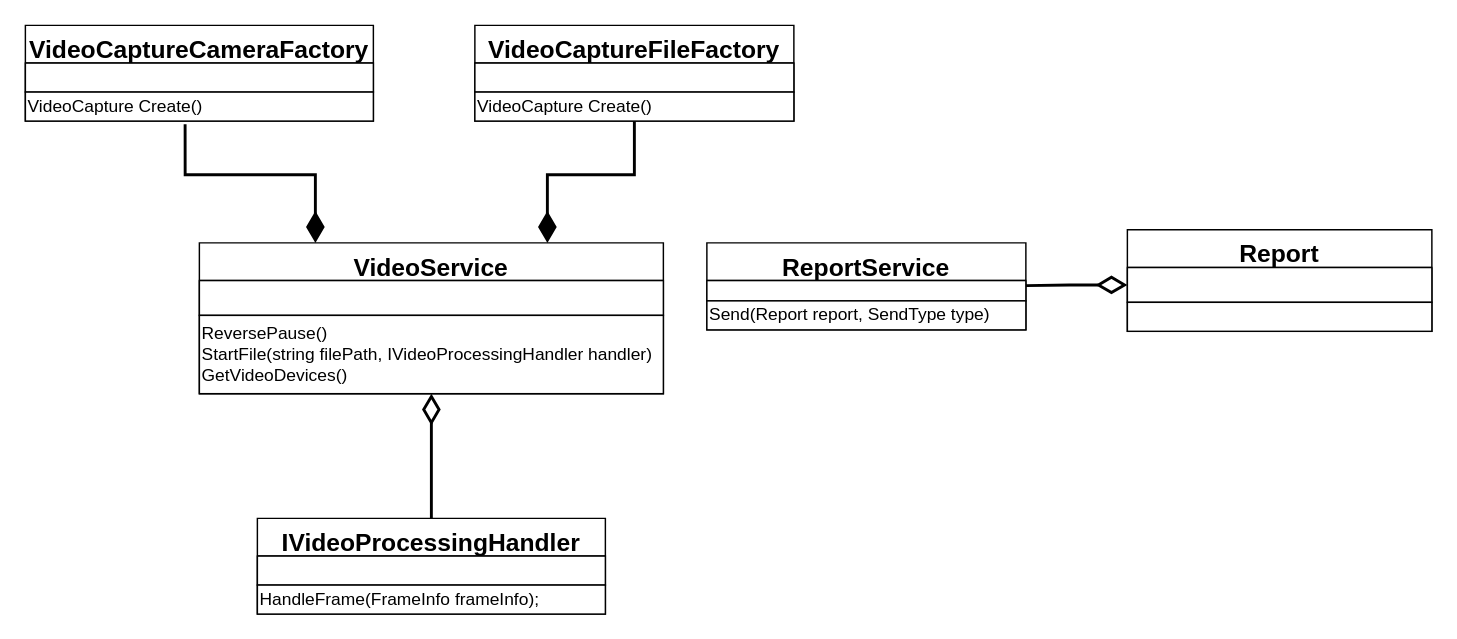
This is page "Services" (5 of 11) of Engineering/Packets-specify.drawio from GoldGreen/Skeletonization, a draw.io file, before an edit. Source tidied: cells renumbered, new cells numbered last; positions are measured from the earlier drawing's top-left corner, leaving out a move shared by most shapes. Both pictures are drawn from the tidied source at 145%, with x=0, y=0 at pixel (25, 25).
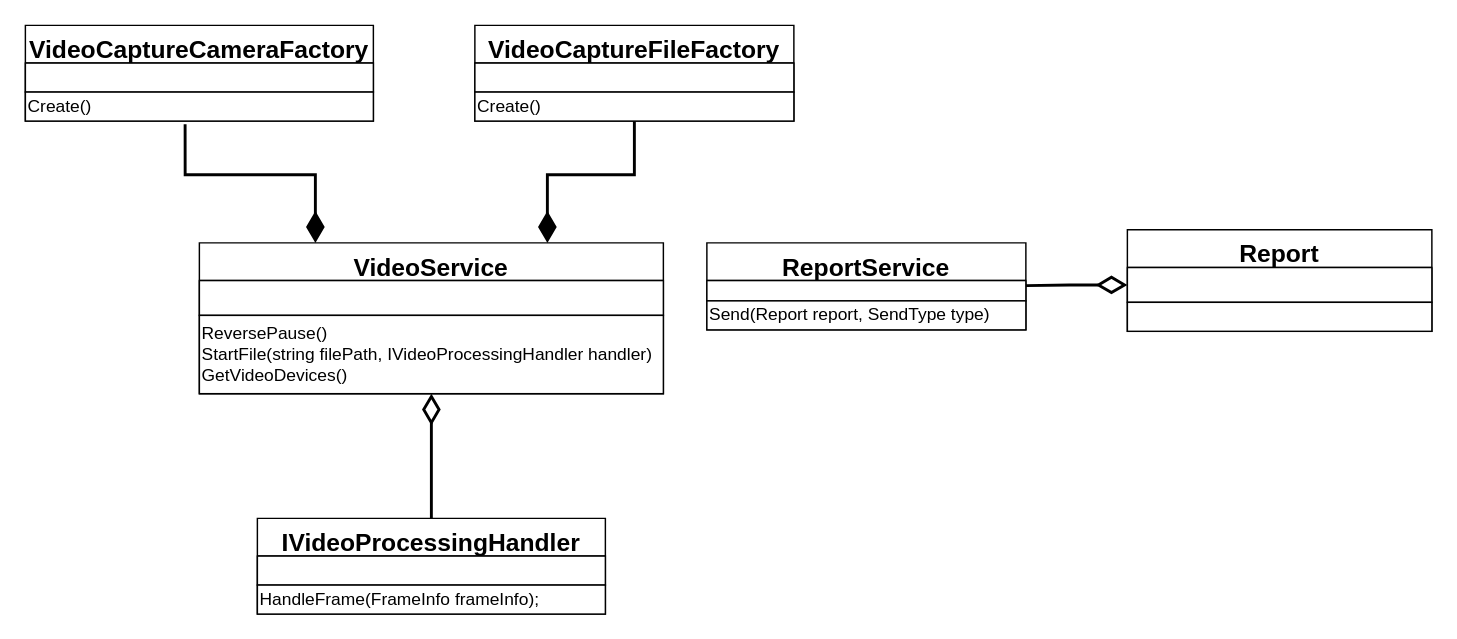
The same diagram, later.

Unchanged cells that the change refers to:
```xml
<mxCell id="8" value="VideoCaptureCameraFactory" style="swimlane;fontStyle=1;align=center;verticalAlign=top;horizontal=1;startSize=26;fontSize=17;" parent="1" vertex="1">
  <mxGeometry width="240" height="66" as="geometry" />
</mxCell>
<mxCell id="11" value="VideoCaptureFileFactory" style="swimlane;fontStyle=1;align=center;verticalAlign=top;horizontal=1;startSize=26;fontSize=17;" parent="1" vertex="1">
  <mxGeometry x="310" width="220" height="66" as="geometry" />
</mxCell>
```

Diff of the diagram source:
```diff
@@
-    <mxCell id="10" value="VideoCapture Create()" style="rounded=0;whiteSpace=wrap;html=1;fontFamily=Helvetica;fontSize=12;fontColor=default;startSize=26;strokeColor=default;fillColor=default;align=left;" parent="8" vertex="1">
+    <mxCell id="10" value="Create()" style="rounded=0;whiteSpace=wrap;html=1;fontFamily=Helvetica;fontSize=12;fontColor=default;startSize=26;strokeColor=default;fillColor=default;align=left;" parent="8" vertex="1">
       <mxGeometry y="46" width="240" height="20" as="geometry" />
     </mxCell>
@@
-    <mxCell id="13" value="VideoCapture Create()" style="rounded=0;whiteSpace=wrap;html=1;fontFamily=Helvetica;fontSize=12;fontColor=default;startSize=26;strokeColor=default;fillColor=default;align=left;" parent="11" vertex="1">
+    <mxCell id="13" value="Create()" style="rounded=0;whiteSpace=wrap;html=1;fontFamily=Helvetica;fontSize=12;fontColor=default;startSize=26;strokeColor=default;fillColor=default;align=left;" parent="11" vertex="1">
       <mxGeometry y="46" width="220" height="20" as="geometry" />
     </mxCell>
```
